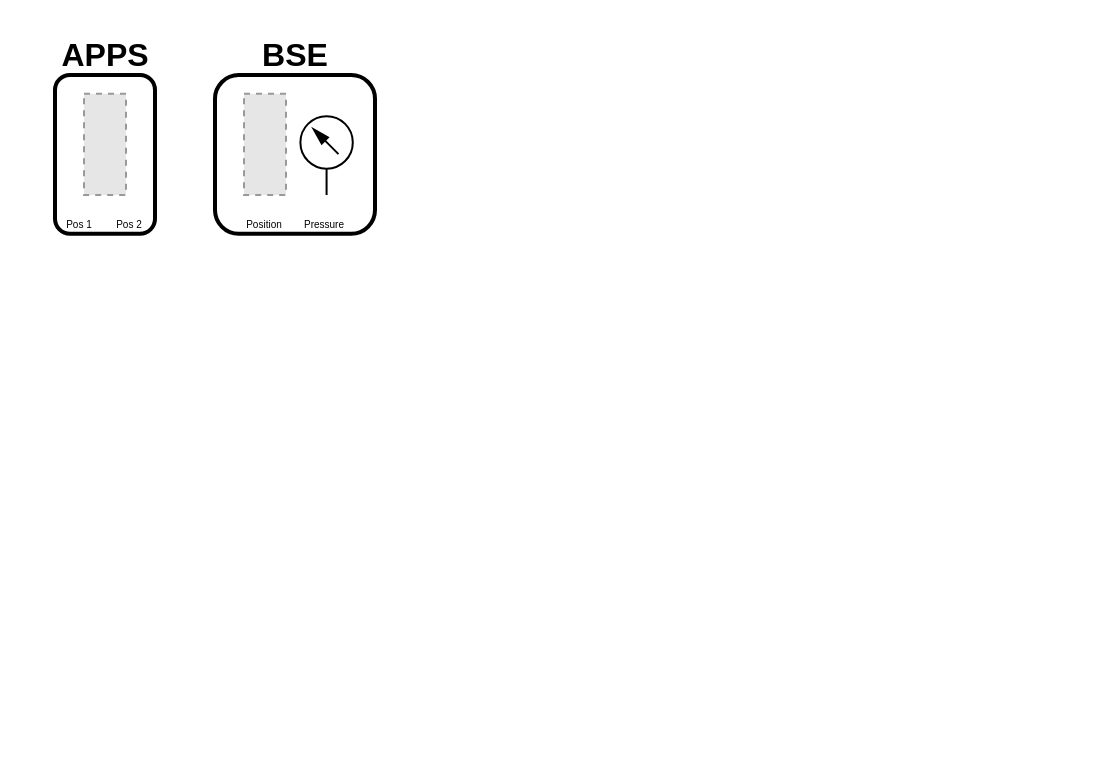
This is GLV.drawio from ryland-mueller/ev-diagram, a draw.io file, before an edit. Source tidied: cells renumbered, new cells numbered last; positions are measured from the earlier drawing's top-left corner, leaving out a move shared by most shapes. Both pictures are drawn from the tidied source at 200%, with x=0, y=0 at pixel (34, 34). Pictures stored in the file or linked from it are replaced by grey dashed boxes.
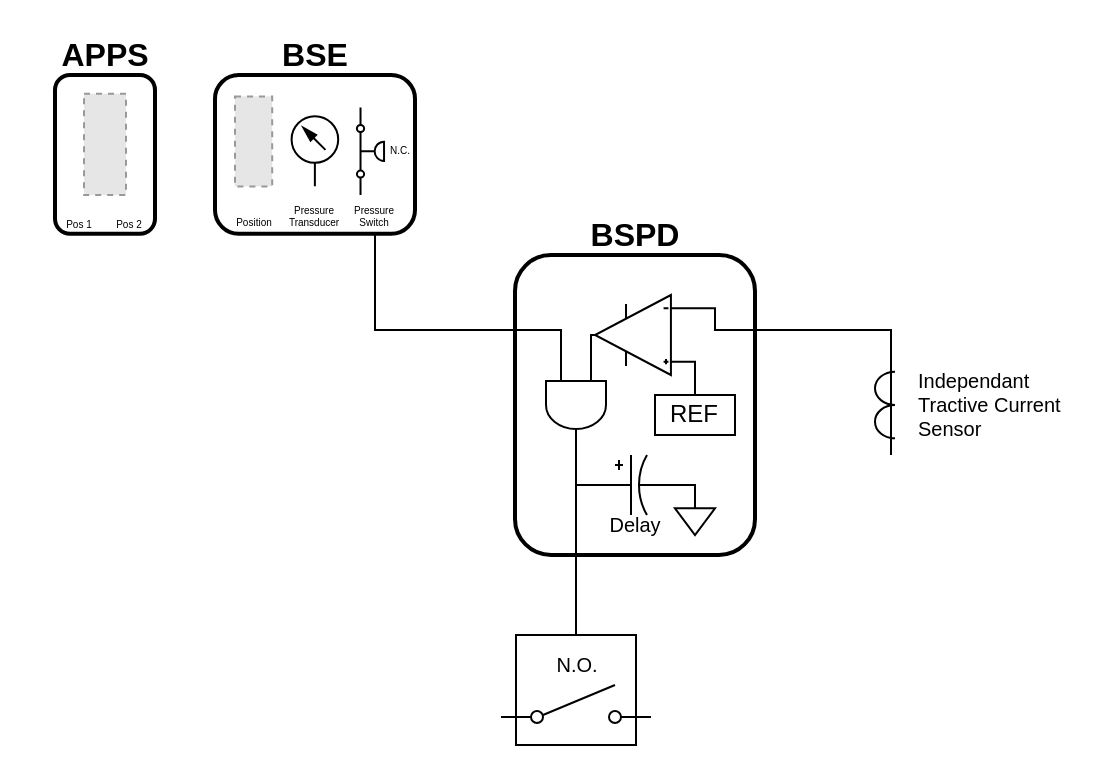
After the change.

Diff of the diagram source:
```diff
@@
-    <mxCell id="2" style="group;" parent="1" vertex="1">
-      <mxGeometry x="80" width="90" height="99.4" as="geometry" />
-    </mxCell>
+    <mxCell id="9" style="group;" parent="1" vertex="1">
+      <mxGeometry width="70" height="99.4" as="geometry" />
+    </mxCell>
+    <mxCell id="10" value="APPS" style="text;html=1;fontSize=16;fontStyle=1;verticalAlign=middle;align=center;fontColor=#000000;" parent="9" vertex="1">
+      <mxGeometry width="70" height="20" as="geometry" />
+    </mxCell>
+    <mxCell id="11" style="rounded=1;whiteSpace=wrap;html=1;fillColor=none;strokeWidth=2;strokeColor=#000000;" parent="9" vertex="1">
+      <mxGeometry x="10" y="20" width="50" height="79.4" as="geometry" />
+    </mxCell>
+    <mxCell id="12" style="fillColor=#E6E6E6;strokeColor=#999999;dashed=1;verticalLabelPosition=bottom;verticalAlign=top;" parent="9" vertex="1">
+      <mxGeometry x="24.5" y="29.4" width="21" height="50.6" as="geometry" />
+    </mxCell>
+    <mxCell id="13" value="Pos 1" style="text;html=1;strokeColor=none;fillColor=none;align=center;verticalAlign=middle;whiteSpace=wrap;rounded=0;fontColor=#000000;fontSize=5;fontStyle=0;" parent="9" vertex="1">
+      <mxGeometry x="10" y="89.4" width="24.5" height="10" as="geometry" />
+    </mxCell>
+    <mxCell id="14" value="Pos 2" style="text;html=1;strokeColor=none;fillColor=none;align=center;verticalAlign=middle;whiteSpace=wrap;rounded=0;fontColor=#000000;fontSize=5;fontStyle=0;" parent="9" vertex="1">
+      <mxGeometry x="34.5" y="89.4" width="24.5" height="10" as="geometry" />
+    </mxCell>
+    <mxCell id="15" value="BSPD" style="text;html=1;fontSize=16;fontStyle=1;verticalAlign=middle;align=center;fontColor=#000000;" parent="1" vertex="1">
+      <mxGeometry x="240" y="90" width="120" height="20" as="geometry" />
+    </mxCell>
+    <mxCell id="16" style="rounded=1;whiteSpace=wrap;html=1;fillColor=none;strokeWidth=2;strokeColor=#000000;" parent="1" vertex="1">
+      <mxGeometry x="240" y="110" width="120" height="150" as="geometry" />
+    </mxCell>
+    <mxCell id="17" style="edgeStyle=orthogonalEdgeStyle;rounded=0;jettySize=auto;html=1;exitX=0;exitY=0.75;exitDx=0;exitDy=0;exitPerimeter=0;entryX=0;entryY=0.25;entryDx=0;entryDy=0;endArrow=none;endFill=0;strokeColor=#000000;" parent="1" edge="1" source="41" target="16">
+      <mxGeometry relative="1" as="geometry">
+        <Array as="points">
+          <mxPoint x="263" y="148" />
+        </Array>
+      </mxGeometry>
+    </mxCell>
+    <mxCell id="18" style="edgeStyle=orthogonalEdgeStyle;rounded=0;jettySize=auto;html=1;entryX=0.5;entryY=0;entryDx=0;entryDy=0;strokeColor=#000000;endArrow=none;endFill=0;exitX=1;exitY=0.5;exitDx=0;exitDy=0;exitPerimeter=0;" parent="1" edge="1" source="41" target="31">
+      <mxGeometry relative="1" as="geometry" />
+    </mxCell>
+    <mxCell id="19" style="edgeStyle=orthogonalEdgeStyle;rounded=0;jettySize=auto;html=1;exitX=1;exitY=0.5;exitDx=0;exitDy=0;exitPerimeter=0;entryX=0;entryY=0.25;entryDx=0;entryDy=0;entryPerimeter=0;endArrow=none;endFill=0;strokeColor=#000000;" parent="1" edge="1" source="21" target="41">
+      <mxGeometry relative="1" as="geometry" />
+    </mxCell>
+    <mxCell id="20" style="edgeStyle=orthogonalEdgeStyle;rounded=0;jettySize=auto;html=1;entryX=1;entryY=0.25;entryDx=0;entryDy=0;endArrow=none;endFill=0;strokeColor=#000000;exitX=0;exitY=0.165;exitDx=0;exitDy=0;exitPerimeter=0;" parent="1" edge="1" source="21" target="16">
+      <mxGeometry relative="1" as="geometry">
+        <Array as="points">
+          <mxPoint x="340" y="137" />
+          <mxPoint x="340" y="147" />
+        </Array>
+      </mxGeometry>
+    </mxCell>
+    <mxCell id="21" style="verticalLabelPosition=bottom;shadow=0;dashed=0;align=center;html=1;verticalAlign=top;shape=mxgraph.electrical.abstract.operational_amp_1;fillColor=none;strokeColor=#000000;rotation=-180;strokeWidth=1;flipV=1;" parent="1" vertex="1">
+      <mxGeometry x="280" y="130" width="40" height="40" as="geometry" />
+    </mxCell>
+    <mxCell id="22" style="edgeStyle=orthogonalEdgeStyle;rounded=0;jettySize=auto;html=1;exitX=0.5;exitY=0;exitDx=0;exitDy=0;endArrow=none;endFill=0;strokeColor=#000000;entryX=0;entryY=0.835;entryDx=0;entryDy=0;entryPerimeter=0;" parent="1" edge="1" source="23" target="21">
+      <mxGeometry relative="1" as="geometry">
+        <Array as="points">
+          <mxPoint x="330" y="163" />
+        </Array>
+      </mxGeometry>
+    </mxCell>
+    <mxCell id="23" value="REF" style="rounded=0;whiteSpace=wrap;html=1;fillColor=none;strokeColor=#000000;fontColor=#000000;" parent="1" vertex="1">
+      <mxGeometry x="310" y="180" width="40" height="20" as="geometry" />
+    </mxCell>
+    <mxCell id="24" style="edgeStyle=orthogonalEdgeStyle;rounded=0;jettySize=auto;html=1;exitX=0;exitY=0.5;exitDx=0;exitDy=0;exitPerimeter=0;strokeColor=#000000;endArrow=none;endFill=0;" parent="1" edge="1" source="25">
+      <mxGeometry relative="1" as="geometry">
+        <mxPoint x="270" y="225" as="targetPoint" />
+      </mxGeometry>
+    </mxCell>
+    <mxCell id="25" style="verticalLabelPosition=bottom;shadow=0;dashed=0;align=center;html=1;verticalAlign=top;shape=mxgraph.electrical.capacitors.capacitor_3;strokeColor=#000000;" parent="1" vertex="1">
+      <mxGeometry x="280" y="210" width="40" height="30" as="geometry" />
+    </mxCell>
+    <mxCell id="26" style="edgeStyle=orthogonalEdgeStyle;rounded=0;jettySize=auto;html=1;exitX=0.5;exitY=0;exitDx=0;exitDy=0;exitPerimeter=0;entryX=1;entryY=0.5;entryDx=0;entryDy=0;entryPerimeter=0;endArrow=none;endFill=0;strokeColor=#000000;" parent="1" edge="1" source="27" target="25">
+      <mxGeometry relative="1" as="geometry">
+        <Array as="points">
+          <mxPoint x="330" y="225" />
+        </Array>
+      </mxGeometry>
+    </mxCell>
+    <mxCell id="27" style="verticalLabelPosition=bottom;shadow=0;dashed=0;align=center;html=1;verticalAlign=top;shape=mxgraph.electrical.signal_sources.signal_ground;strokeColor=#000000;fillColor=none;" parent="1" vertex="1">
+      <mxGeometry x="320" y="230" width="20" height="20" as="geometry" />
+    </mxCell>
+    <mxCell id="28" value="Delay" style="text;html=1;fontSize=10;fontStyle=0;verticalAlign=middle;align=center;fontColor=#000000;" parent="1" vertex="1">
+      <mxGeometry x="280" y="240" width="40" height="10" as="geometry" />
+    </mxCell>
+    <mxCell id="29" style="group;" parent="1" vertex="1">
+      <mxGeometry x="233" y="300" width="75" height="55" as="geometry" />
+    </mxCell>
+    <mxCell id="30" style="html=1;shape=mxgraph.electrical.electro-mechanical.singleSwitch;elSwitchState=off;strokeColor=#000000;" parent="29" vertex="1">
+      <mxGeometry y="25" width="75" height="20" as="geometry" />
+    </mxCell>
+    <mxCell id="31" style="rounded=0;whiteSpace=wrap;html=1;fillColor=none;strokeColor=#000000;" parent="29" vertex="1">
+      <mxGeometry x="7.5" width="60" height="55" as="geometry" />
+    </mxCell>
+    <mxCell id="32" value="N.O." style="text;html=1;fontSize=10;fontStyle=0;verticalAlign=middle;align=center;fontColor=#000000;" parent="29" vertex="1">
+      <mxGeometry x="17.5" y="10" width="40" height="10" as="geometry" />
+    </mxCell>
+    <mxCell id="33" style="edgeStyle=orthogonalEdgeStyle;rounded=0;jettySize=auto;html=1;exitX=0.5;exitY=1;exitDx=0;exitDy=0;entryX=0;entryY=0.25;entryDx=0;entryDy=0;endArrow=none;endFill=0;strokeColor=#000000;" parent="1" edge="1" source="39" target="16">
+      <mxGeometry relative="1" as="geometry" />
+    </mxCell>
+    <mxCell id="34" style="edgeStyle=orthogonalEdgeStyle;rounded=0;jettySize=auto;html=1;exitX=0.8;exitY=0;exitDx=0;exitDy=0;exitPerimeter=0;entryX=1;entryY=0.25;entryDx=0;entryDy=0;strokeColor=#000000;endArrow=none;endFill=0;" parent="1" edge="1" source="35" target="16">
+      <mxGeometry relative="1" as="geometry">
+        <Array as="points">
+          <mxPoint x="428" y="148" />
+        </Array>
+      </mxGeometry>
+    </mxCell>
+    <mxCell id="35" style="verticalLabelPosition=bottom;shadow=0;dashed=0;align=center;html=1;verticalAlign=top;shape=mxgraph.electrical.inductors.current_transformer_1;strokeColor=#000000;rotation=0;" parent="1" vertex="1">
+      <mxGeometry x="420" y="160" width="10" height="50" as="geometry" />
+    </mxCell>
+    <mxCell id="36" value="Independant&lt;br&gt;Tractive Current&lt;br&gt;Sensor" style="text;html=1;fontSize=10;fontStyle=0;verticalAlign=middle;align=left;fontColor=#000000;" parent="1" vertex="1">
+      <mxGeometry x="440" y="160" width="80" height="50" as="geometry" />
+    </mxCell>
+    <mxCell id="37" style="group;" parent="1" vertex="1">
+      <mxGeometry x="90" width="101.9" height="99.4" as="geometry" />
+    </mxCell>
-    <mxCell id="3" value="BSE" style="text;html=1;fontSize=16;fontStyle=1;verticalAlign=middle;align=center;fontColor=#000000;" parent="2" vertex="1">
-      <mxGeometry x="10" width="80" height="20" as="geometry" />
+    <mxCell id="3" value="BSE" style="text;html=1;fontSize=16;fontStyle=1;verticalAlign=middle;align=center;fontColor=#000000;" parent="37" vertex="1">
+      <mxGeometry width="100" height="20" as="geometry" />
     </mxCell>
-    <mxCell id="4" style="rounded=1;whiteSpace=wrap;html=1;fillColor=none;strokeWidth=2;strokeColor=#000000;" parent="2" vertex="1">
-      <mxGeometry x="10" y="20" width="80" height="79.4" as="geometry" />
+    <mxCell id="4" style="rounded=1;whiteSpace=wrap;html=1;fillColor=none;strokeWidth=2;strokeColor=#000000;" parent="37" vertex="1">
+      <mxGeometry y="20" width="100" height="79.4" as="geometry" />
     </mxCell>
-    <mxCell id="5" style="fillColor=#E6E6E6;strokeColor=#999999;dashed=1;verticalLabelPosition=bottom;verticalAlign=top;" parent="2" vertex="1">
-      <mxGeometry x="24.5" y="29.4" width="21" height="50.6" as="geometry" />
+    <mxCell id="5" style="fillColor=#E6E6E6;strokeColor=#999999;dashed=1;verticalLabelPosition=bottom;verticalAlign=top;" parent="37" vertex="1">
+      <mxGeometry x="10" y="30.7" width="18.6" height="45" as="geometry" />
     </mxCell>
-    <mxCell id="6" value="Position" style="text;html=1;strokeColor=none;fillColor=none;align=center;verticalAlign=middle;whiteSpace=wrap;rounded=0;fontColor=#000000;fontSize=5;fontStyle=0;" parent="2" vertex="1">
-      <mxGeometry x="20" y="89.4" width="30" height="10" as="geometry" />
+    <mxCell id="6" value="Position" style="text;html=1;strokeColor=none;fillColor=none;align=center;verticalAlign=bottom;whiteSpace=wrap;rounded=0;fontColor=#000000;fontSize=5;fontStyle=0;" parent="37" vertex="1">
+      <mxGeometry x="10" y="80" width="20" height="19.4" as="geometry" />
     </mxCell>
-    <mxCell id="7" style="verticalLabelPosition=bottom;html=1;verticalAlign=top;fillColor=strokeColor;align=center;shape=mxgraph.fluid_power.x11820;fontColor=#000000;strokeColor=#000000;" parent="2" vertex="1">
-      <mxGeometry x="52.7" y="40.6" width="26.2" height="39.4" as="geometry" />
+    <mxCell id="7" style="verticalLabelPosition=bottom;html=1;verticalAlign=top;fillColor=strokeColor;align=center;shape=mxgraph.fluid_power.x11820;fontColor=#000000;strokeColor=#000000;" parent="37" vertex="1">
+      <mxGeometry x="38.3" y="40.6" width="23.3" height="35" as="geometry" />
     </mxCell>
-    <mxCell id="8" value="Pressure" style="text;html=1;strokeColor=none;fillColor=none;align=center;verticalAlign=middle;whiteSpace=wrap;rounded=0;fontColor=#000000;fontSize=5;fontStyle=0;" parent="2" vertex="1">
-      <mxGeometry x="50" y="89.4" width="30" height="10" as="geometry" />
+    <mxCell id="8" value="Pressure&lt;br&gt;Transducer" style="text;html=1;strokeColor=none;fillColor=none;align=center;verticalAlign=bottom;whiteSpace=wrap;rounded=0;fontColor=#000000;fontSize=5;fontStyle=0;" parent="37" vertex="1">
+      <mxGeometry x="40" y="80" width="20" height="19.4" as="geometry" />
     </mxCell>
-    <mxCell id="9" style="group;" parent="1" vertex="1">
-      <mxGeometry width="70" height="99.4" as="geometry" />
-    </mxCell>
-    <mxCell id="10" value="APPS" style="text;html=1;fontSize=16;fontStyle=1;verticalAlign=middle;align=center;fontColor=#000000;" parent="9" vertex="1">
-      <mxGeometry width="70" height="20" as="geometry" />
-    </mxCell>
-    <mxCell id="11" style="rounded=1;whiteSpace=wrap;html=1;fillColor=none;strokeWidth=2;strokeColor=#000000;" parent="9" vertex="1">
-      <mxGeometry x="10" y="20" width="50" height="79.4" as="geometry" />
-    </mxCell>
-    <mxCell id="12" style="fillColor=#E6E6E6;strokeColor=#999999;dashed=1;verticalLabelPosition=bottom;verticalAlign=top;" parent="9" vertex="1">
-      <mxGeometry x="24.5" y="29.4" width="21" height="50.6" as="geometry" />
-    </mxCell>
-    <mxCell id="13" value="Pos 1" style="text;html=1;strokeColor=none;fillColor=none;align=center;verticalAlign=middle;whiteSpace=wrap;rounded=0;fontColor=#000000;fontSize=5;fontStyle=0;" parent="9" vertex="1">
-      <mxGeometry x="10" y="89.4" width="24.5" height="10" as="geometry" />
-    </mxCell>
-    <mxCell id="14" value="Pos 2" style="text;html=1;strokeColor=none;fillColor=none;align=center;verticalAlign=middle;whiteSpace=wrap;rounded=0;fontColor=#000000;fontSize=5;fontStyle=0;" parent="9" vertex="1">
-      <mxGeometry x="34.5" y="89.4" width="24.5" height="10" as="geometry" />
-    </mxCell>
+    <mxCell id="38" style="html=1;shape=mxgraph.electrical.electro-mechanical.pressureActuatedSwitch;elSwitchState=on;strokeColor=#000000;rotation=-90;" parent="37" vertex="1">
+      <mxGeometry x="58.1" y="49.1" width="43.8" height="18.1" as="geometry" />
+    </mxCell>
+    <mxCell id="39" value="Pressure&lt;br&gt;Switch" style="text;html=1;strokeColor=none;fillColor=none;align=center;verticalAlign=bottom;whiteSpace=wrap;rounded=0;fontColor=#000000;fontSize=5;fontStyle=0;" parent="37" vertex="1">
+      <mxGeometry x="70" y="80" width="20" height="19.4" as="geometry" />
+    </mxCell>
+    <mxCell id="40" value="N.C." style="text;html=1;strokeColor=none;fillColor=none;align=center;verticalAlign=bottom;whiteSpace=wrap;rounded=0;fontColor=#000000;fontSize=5;fontStyle=0;" parent="37" vertex="1">
+      <mxGeometry x="83.7" y="53.1" width="18.1" height="10" as="geometry" />
+    </mxCell>
+    <mxCell id="41" style="verticalLabelPosition=bottom;shadow=0;dashed=0;align=center;html=1;verticalAlign=top;shape=mxgraph.electrical.logic_gates.logic_gate;operation=and;strokeColor=#000000;fillColor=none;rotation=90;" parent="1" vertex="1">
+      <mxGeometry x="250.5" y="170" width="40" height="30" as="geometry" />
+    </mxCell>
```
